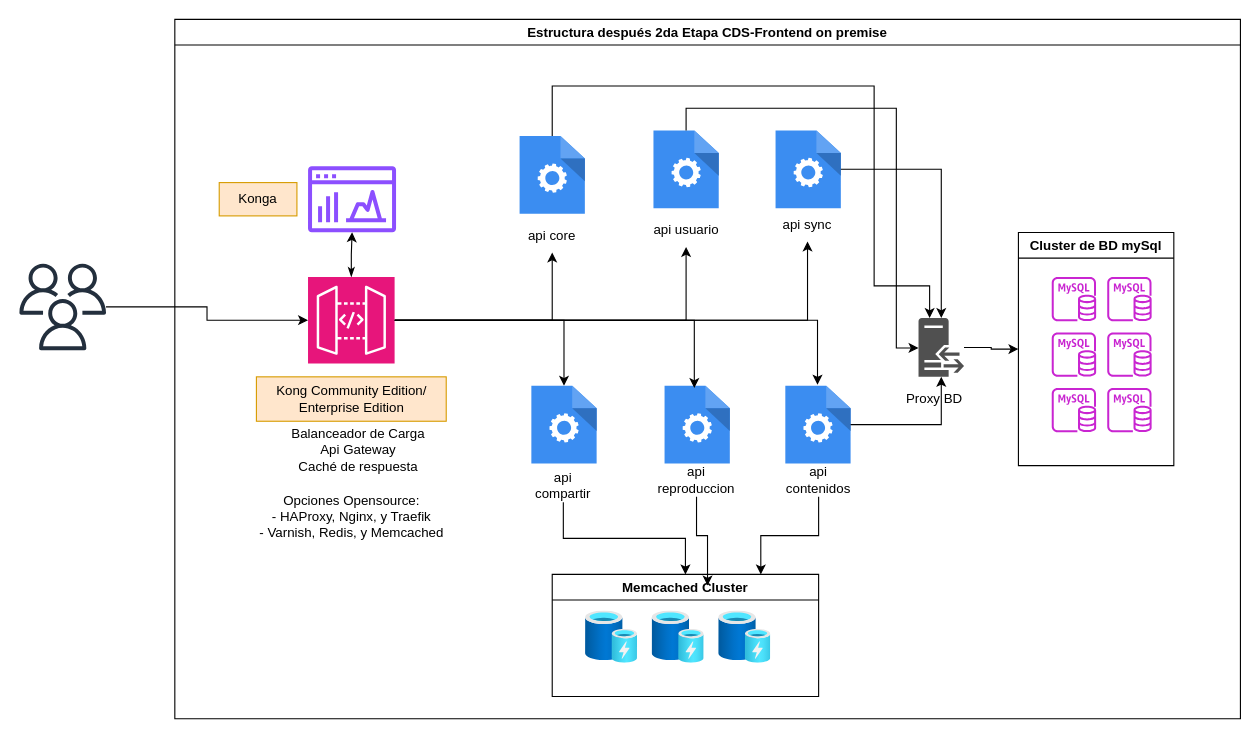
Earlier version of the draw.io diagram page "Etapa 2 - Desglose API" (4 of 8) of Diagrama sin título.drawio (cordoba-hosting/diagramas). Source tidied: cells renumbered, new cells numbered last; positions are measured from the earlier drawing's top-left corner, leaving out a move shared by most shapes. Both pictures are drawn from the tidied source at 111%, with x=0, y=0 at pixel (19, 19).
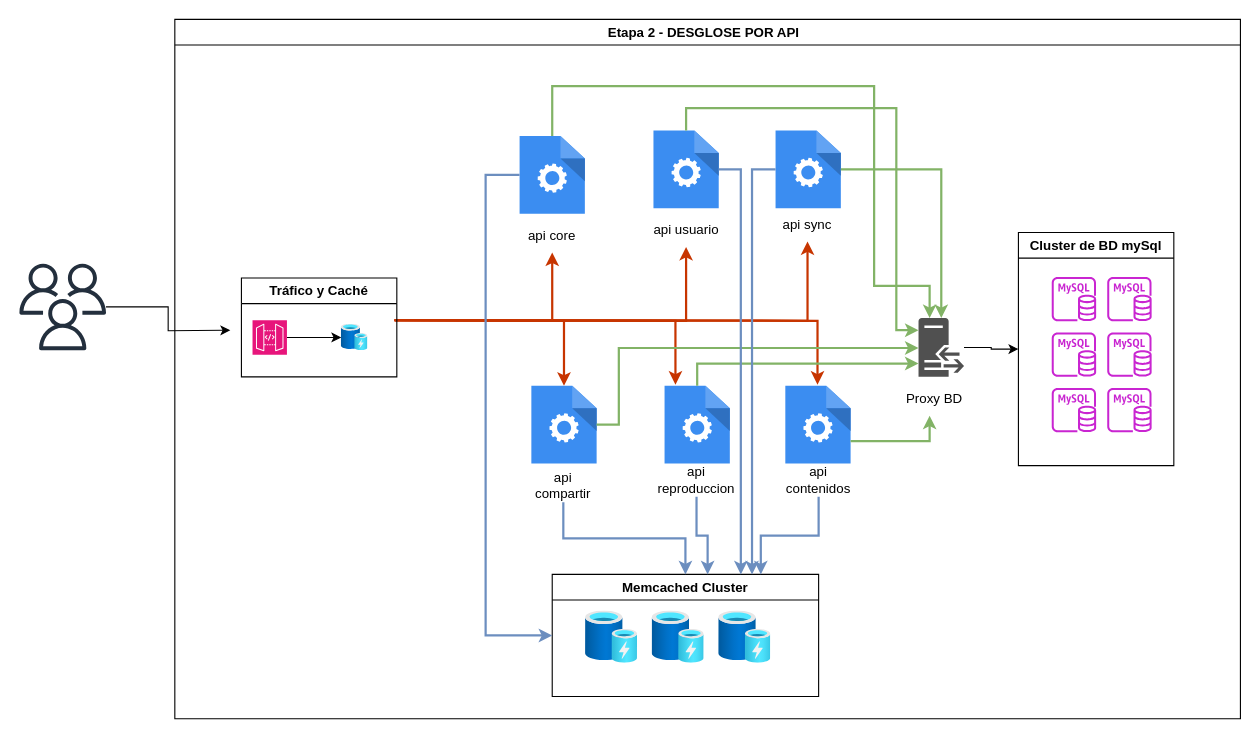
Above is the later version.

The change refers to these unchanged cells:
```xml
<mxCell id="10" value="Memcached Cluster" style="swimlane;whiteSpace=wrap;html=1;" parent="2" vertex="1">
  <mxGeometry x="340" y="500" width="240" height="110" as="geometry" />
</mxCell>
<mxCell id="15" style="sketch=0;shadow=0;dashed=0;html=1;strokeColor=none;fillColor=#505050;labelPosition=center;verticalLabelPosition=bottom;verticalAlign=top;outlineConnect=0;align=center;shape=mxgraph.office.servers.reverse_proxy;" parent="2" vertex="1">
  <mxGeometry x="670" y="269" width="41" height="53" as="geometry" />
</mxCell>
<mxCell id="16" value="Proxy BD" style="text;html=1;align=center;verticalAlign=middle;whiteSpace=wrap;rounded=0;" parent="2" vertex="1">
  <mxGeometry x="640" y="327" width="89" height="30" as="geometry" />
</mxCell>
<mxCell id="29" style="sketch=0;html=1;strokeColor=none;shadow=0;fillColor=#3B8DF1;verticalAlign=top;labelPosition=center;verticalLabelPosition=bottom;shape=mxgraph.gcp2.process;" parent="28" vertex="1">
  <mxGeometry x="1.2" width="58.8" height="70" as="geometry" />
</mxCell>
<mxCell id="30" value="api compartir" style="text;html=1;align=center;verticalAlign=middle;whiteSpace=wrap;rounded=0;" parent="28" vertex="1">
  <mxGeometry y="75" width="60" height="30" as="geometry" />
</mxCell>
<mxCell id="32" style="sketch=0;html=1;strokeColor=none;shadow=0;fillColor=#3B8DF1;verticalAlign=top;labelPosition=center;verticalLabelPosition=bottom;shape=mxgraph.gcp2.process;" parent="31" vertex="1">
  <mxGeometry x="0.6" width="58.8" height="70" as="geometry" />
</mxCell>
<mxCell id="33" value="api core" style="text;html=1;align=center;verticalAlign=middle;whiteSpace=wrap;rounded=0;" parent="31" vertex="1">
  <mxGeometry y="75" width="60" height="30" as="geometry" />
</mxCell>
<mxCell id="35" style="sketch=0;html=1;strokeColor=none;shadow=0;fillColor=#3B8DF1;verticalAlign=top;labelPosition=center;verticalLabelPosition=bottom;shape=mxgraph.gcp2.process;" parent="34" vertex="1">
  <mxGeometry x="1.2" width="58.8" height="70" as="geometry" />
</mxCell>
<mxCell id="36" value="api usuario" style="text;html=1;align=center;verticalAlign=middle;whiteSpace=wrap;rounded=0;" parent="34" vertex="1">
  <mxGeometry x="-4.4" y="75" width="70" height="30" as="geometry" />
</mxCell>
<mxCell id="38" style="sketch=0;html=1;strokeColor=none;shadow=0;fillColor=#3B8DF1;verticalAlign=top;labelPosition=center;verticalLabelPosition=bottom;shape=mxgraph.gcp2.process;" parent="37" vertex="1">
  <mxGeometry x="1.2" width="58.8" height="70" as="geometry" />
</mxCell>
<mxCell id="39" value="api sync" style="text;html=1;align=center;verticalAlign=middle;whiteSpace=wrap;rounded=0;" parent="37" vertex="1">
  <mxGeometry y="70" width="60" height="30" as="geometry" />
</mxCell>
<mxCell id="41" style="sketch=0;html=1;strokeColor=none;shadow=0;fillColor=#3B8DF1;verticalAlign=top;labelPosition=center;verticalLabelPosition=bottom;shape=mxgraph.gcp2.process;" parent="40" vertex="1">
  <mxGeometry x="1.2" width="58.8" height="70" as="geometry" />
</mxCell>
<mxCell id="42" value="api reproduccion" style="text;html=1;align=center;verticalAlign=middle;whiteSpace=wrap;rounded=0;" parent="40" vertex="1">
  <mxGeometry y="70" width="60" height="30" as="geometry" />
</mxCell>
<mxCell id="44" style="sketch=0;html=1;strokeColor=none;shadow=0;fillColor=#3B8DF1;verticalAlign=top;labelPosition=center;verticalLabelPosition=bottom;shape=mxgraph.gcp2.process;" parent="43" vertex="1">
  <mxGeometry width="58.8" height="70" as="geometry" />
</mxCell>
<mxCell id="45" value="api contenidos" style="text;html=1;align=center;verticalAlign=middle;whiteSpace=wrap;rounded=0;" parent="43" vertex="1">
  <mxGeometry y="70" width="60" height="30" as="geometry" />
</mxCell>
<mxCell id="56" style="sketch=0;outlineConnect=0;fontColor=#232F3E;gradientColor=none;fillColor=#232F3D;strokeColor=none;dashed=0;verticalLabelPosition=bottom;verticalAlign=top;align=center;html=1;fontSize=12;fontStyle=0;shape=mxgraph.aws4.users;" parent="1" vertex="1">
  <mxGeometry y="220" width="78" height="78" as="geometry" />
</mxCell>
```

The edit, as a diff of the source:
```diff
@@
-    <mxCell id="2" value="Estructura después 2da Etapa CDS-Frontend on premise" style="swimlane;whiteSpace=wrap;html=1;" parent="1" vertex="1">
+    <mxCell id="2" value="Etapa 2 - DESGLOSE POR API&amp;nbsp;&amp;nbsp;" style="swimlane;whiteSpace=wrap;html=1;" parent="1" vertex="1">
       <mxGeometry x="140" width="960" height="630" as="geometry" />
     </mxCell>
@@
-    <mxCell id="17" style="edgeStyle=orthogonalEdgeStyle;rounded=0;jettySize=auto;html=1;startArrow=classicThin;startFill=1;" parent="2" edge="1" source="22" target="25">
-      <mxGeometry relative="1" as="geometry" />
-    </mxCell>
-    <mxCell id="18" style="edgeStyle=orthogonalEdgeStyle;rounded=0;jettySize=auto;html=1;" parent="2" edge="1" source="22" target="29">
-      <mxGeometry relative="1" as="geometry" />
+    <mxCell id="18" style="edgeStyle=orthogonalEdgeStyle;rounded=0;jettySize=auto;html=1;fillColor=#fa6800;strokeColor=#C73500;strokeWidth=2;" parent="2" edge="1" target="29">
+      <mxGeometry relative="1" as="geometry">
+        <mxPoint x="198" y="271" as="sourcePoint" />
+      </mxGeometry>
     </mxCell>
-    <mxCell id="19" style="edgeStyle=orthogonalEdgeStyle;rounded=0;jettySize=auto;html=1;entryX=0.5;entryY=1;entryDx=0;entryDy=0;" parent="2" edge="1" source="22" target="33">
-      <mxGeometry relative="1" as="geometry" />
+    <mxCell id="19" style="edgeStyle=orthogonalEdgeStyle;rounded=0;jettySize=auto;html=1;entryX=0.5;entryY=1;entryDx=0;entryDy=0;fillColor=#fa6800;strokeColor=#C73500;strokeWidth=2;" parent="2" edge="1" target="33">
+      <mxGeometry relative="1" as="geometry">
+        <mxPoint x="198" y="271" as="sourcePoint" />
+      </mxGeometry>
     </mxCell>
-    <mxCell id="20" style="edgeStyle=orthogonalEdgeStyle;rounded=0;jettySize=auto;html=1;entryX=0.5;entryY=1;entryDx=0;entryDy=0;" parent="2" edge="1" source="22" target="36">
-      <mxGeometry relative="1" as="geometry" />
+    <mxCell id="20" style="edgeStyle=orthogonalEdgeStyle;rounded=0;jettySize=auto;html=1;entryX=0.5;entryY=1;entryDx=0;entryDy=0;fillColor=#fa6800;strokeColor=#C73500;strokeWidth=2;" parent="2" edge="1" target="36">
+      <mxGeometry relative="1" as="geometry">
+        <mxPoint x="198" y="271" as="sourcePoint" />
+      </mxGeometry>
     </mxCell>
-    <mxCell id="21" style="edgeStyle=orthogonalEdgeStyle;rounded=0;jettySize=auto;html=1;" parent="2" edge="1" source="22" target="39">
-      <mxGeometry relative="1" as="geometry" />
+    <mxCell id="21" style="edgeStyle=orthogonalEdgeStyle;rounded=0;jettySize=auto;html=1;fillColor=#fa6800;strokeColor=#C73500;strokeWidth=2;" parent="2" edge="1" target="39">
+      <mxGeometry relative="1" as="geometry">
+        <mxPoint x="198" y="271" as="sourcePoint" />
+      </mxGeometry>
     </mxCell>
-    <mxCell id="22" style="sketch=0;points=[[0,0,0],[0.25,0,0],[0.5,0,0],[0.75,0,0],[1,0,0],[0,1,0],[0.25,1,0],[0.5,1,0],[0.75,1,0],[1,1,0],[0,0.25,0],[0,0.5,0],[0,0.75,0],[1,0.25,0],[1,0.5,0],[1,0.75,0]];outlineConnect=0;fontColor=#232F3E;fillColor=#E7157B;strokeColor=#ffffff;dashed=0;verticalLabelPosition=bottom;verticalAlign=top;align=center;html=1;fontSize=12;fontStyle=0;shape=mxgraph.aws4.resourceIcon;resIcon=mxgraph.aws4.api_gateway;" parent="2" vertex="1">
-      <mxGeometry x="120" y="232" width="78" height="78" as="geometry" />
-    </mxCell>
-    <mxCell id="23" value="Kong Community Edition/ Enterprise Edition" style="text;html=1;align=center;verticalAlign=middle;whiteSpace=wrap;rounded=0;fillColor=#ffe6cc;strokeColor=#d79b00;" parent="2" vertex="1">
-      <mxGeometry x="73.5" y="322" width="171" height="40" as="geometry" />
-    </mxCell>
-    <mxCell id="24" value="Balanceador de Carga&lt;div&gt;Api Gateway&lt;/div&gt;&lt;div&gt;Caché de respuesta&lt;/div&gt;" style="text;html=1;align=center;verticalAlign=middle;whiteSpace=wrap;rounded=0;" parent="2" vertex="1">
-      <mxGeometry x="80" y="362" width="171" height="52" as="geometry" />
-    </mxCell>
-    <mxCell id="25" style="sketch=0;outlineConnect=0;fontColor=#232F3E;gradientColor=none;fillColor=#8C4FFF;strokeColor=none;dashed=0;verticalLabelPosition=bottom;verticalAlign=top;align=center;html=1;fontSize=12;fontStyle=0;shape=mxgraph.aws4.opensearch_dashboards;" parent="2" vertex="1">
-      <mxGeometry x="120" y="132" width="79.3" height="60" as="geometry" />
-    </mxCell>
-    <mxCell id="26" value="Konga" style="text;html=1;align=center;verticalAlign=middle;whiteSpace=wrap;rounded=0;fillColor=#ffe6cc;strokeColor=#d79b00;" parent="2" vertex="1">
-      <mxGeometry x="40" y="147" width="70" height="30" as="geometry" />
-    </mxCell>
-    <mxCell id="27" value="Opciones Opensource:&lt;br&gt;- HAProxy, Nginx, y Traefik&lt;br&gt;- Varnish, Redis, y Memcached" style="text;html=1;align=center;verticalAlign=middle;whiteSpace=wrap;rounded=0;" parent="2" vertex="1">
-      <mxGeometry x="74.2" y="422" width="171" height="52" as="geometry" />
-    </mxCell>
@@
-    <mxCell id="46" style="edgeStyle=orthogonalEdgeStyle;rounded=0;jettySize=auto;html=1;" parent="2" edge="1" source="30" target="10">
+    <mxCell id="46" style="edgeStyle=orthogonalEdgeStyle;rounded=0;jettySize=auto;html=1;fillColor=#dae8fc;strokeColor=#6c8ebf;strokeWidth=2;" parent="2" edge="1" source="30" target="10">
       <mxGeometry relative="1" as="geometry" />
     </mxCell>
-    <mxCell id="47" style="edgeStyle=orthogonalEdgeStyle;rounded=0;jettySize=auto;html=1;entryX=0.456;entryY=0.029;entryDx=0;entryDy=0;entryPerimeter=0;" parent="2" edge="1" source="22" target="41">
-      <mxGeometry relative="1" as="geometry" />
+    <mxCell id="47" style="edgeStyle=orthogonalEdgeStyle;rounded=0;jettySize=auto;html=1;entryX=0.167;entryY=-0.014;entryDx=0;entryDy=0;entryPerimeter=0;fillColor=#fa6800;strokeColor=#C73500;strokeWidth=2;" parent="2" edge="1" target="41">
+      <mxGeometry relative="1" as="geometry">
+        <mxPoint x="198" y="271" as="sourcePoint" />
+      </mxGeometry>
     </mxCell>
-    <mxCell id="48" style="edgeStyle=orthogonalEdgeStyle;rounded=0;jettySize=auto;html=1;entryX=0.493;entryY=-0.014;entryDx=0;entryDy=0;entryPerimeter=0;" parent="2" edge="1" source="22" target="44">
-      <mxGeometry relative="1" as="geometry" />
+    <mxCell id="48" style="edgeStyle=orthogonalEdgeStyle;rounded=0;jettySize=auto;html=1;entryX=0.493;entryY=-0.014;entryDx=0;entryDy=0;entryPerimeter=0;fillColor=#fa6800;strokeColor=#C73500;strokeWidth=2;" parent="2" edge="1" target="44">
+      <mxGeometry relative="1" as="geometry">
+        <mxPoint x="198" y="271" as="sourcePoint" />
+      </mxGeometry>
     </mxCell>
-    <mxCell id="49" style="edgeStyle=orthogonalEdgeStyle;rounded=0;jettySize=auto;html=1;entryX=0.583;entryY=0.091;entryDx=0;entryDy=0;entryPerimeter=0;" parent="2" edge="1" source="42" target="10">
-      <mxGeometry relative="1" as="geometry" />
+    <mxCell id="49" style="edgeStyle=orthogonalEdgeStyle;rounded=0;jettySize=auto;html=1;fillColor=#dae8fc;strokeColor=#6c8ebf;strokeWidth=2;" parent="2" edge="1" source="42">
+      <mxGeometry relative="1" as="geometry">
+        <mxPoint x="480" y="500" as="targetPoint" />
+        <Array as="points">
+          <mxPoint x="470" y="465" />
+          <mxPoint x="480" y="465" />
+        </Array>
+      </mxGeometry>
     </mxCell>
-    <mxCell id="50" style="edgeStyle=orthogonalEdgeStyle;rounded=0;jettySize=auto;html=1;entryX=0.783;entryY=0;entryDx=0;entryDy=0;entryPerimeter=0;" parent="2" edge="1" source="45" target="10">
+    <mxCell id="50" style="edgeStyle=orthogonalEdgeStyle;rounded=0;jettySize=auto;html=1;entryX=0.783;entryY=0;entryDx=0;entryDy=0;entryPerimeter=0;fillColor=#dae8fc;strokeColor=#6c8ebf;strokeWidth=2;" parent="2" edge="1" source="45" target="10">
       <mxGeometry relative="1" as="geometry" />
     </mxCell>
-    <mxCell id="51" style="edgeStyle=orthogonalEdgeStyle;rounded=0;jettySize=auto;html=1;" parent="2" edge="1" source="44" target="15">
-      <mxGeometry relative="1" as="geometry" />
+    <mxCell id="51" style="edgeStyle=orthogonalEdgeStyle;rounded=0;jettySize=auto;html=1;fillColor=#d5e8d4;strokeColor=#82b366;strokeWidth=2;" parent="2" edge="1" source="44" target="16">
+      <mxGeometry relative="1" as="geometry">
+        <Array as="points">
+          <mxPoint x="680" y="380" />
+        </Array>
+      </mxGeometry>
     </mxCell>
-    <mxCell id="52" style="edgeStyle=orthogonalEdgeStyle;rounded=0;jettySize=auto;html=1;" parent="2" edge="1" source="38" target="15">
+    <mxCell id="52" style="edgeStyle=orthogonalEdgeStyle;rounded=0;jettySize=auto;html=1;fillColor=#d5e8d4;strokeColor=#82b366;strokeWidth=2;" parent="2" edge="1" source="38" target="15">
       <mxGeometry relative="1" as="geometry" />
     </mxCell>
-    <mxCell id="53" style="edgeStyle=orthogonalEdgeStyle;rounded=0;jettySize=auto;html=1;" parent="2" edge="1" source="35" target="15">
+    <mxCell id="53" style="edgeStyle=orthogonalEdgeStyle;rounded=0;jettySize=auto;html=1;fillColor=#d5e8d4;strokeColor=#82b366;strokeWidth=2;" parent="2" edge="1" source="35" target="15">
       <mxGeometry relative="1" as="geometry">
         <Array as="points">
           <mxPoint x="461" y="80" />
           <mxPoint x="650" y="80" />
-          <mxPoint x="650" y="296" />
+          <mxPoint x="650" y="280" />
         </Array>
       </mxGeometry>
     </mxCell>
-    <mxCell id="54" style="edgeStyle=orthogonalEdgeStyle;rounded=0;jettySize=auto;html=1;" parent="2" edge="1" source="32" target="15">
+    <mxCell id="54" style="edgeStyle=orthogonalEdgeStyle;rounded=0;jettySize=auto;html=1;fillColor=#d5e8d4;strokeColor=#82b366;strokeWidth=2;" parent="2" edge="1" source="32" target="15">
       <mxGeometry relative="1" as="geometry">
         <Array as="points">
           <mxPoint x="340" y="60" />
           <mxPoint x="630" y="60" />
           <mxPoint x="630" y="240" />
           <mxPoint x="680" y="240" />
         </Array>
       </mxGeometry>
     </mxCell>
+    <mxCell id="57" style="edgeStyle=orthogonalEdgeStyle;rounded=0;jettySize=auto;html=1;fillColor=#d5e8d4;strokeColor=#82b366;strokeWidth=2;" parent="2" edge="1" source="29" target="15">
+      <mxGeometry relative="1" as="geometry">
+        <Array as="points">
+          <mxPoint x="400" y="365" />
+          <mxPoint x="400" y="296" />
+        </Array>
+      </mxGeometry>
+    </mxCell>
+    <mxCell id="58" style="edgeStyle=orthogonalEdgeStyle;rounded=0;jettySize=auto;html=1;fillColor=#d5e8d4;strokeColor=#82b366;strokeWidth=2;" parent="2" edge="1" source="41" target="15">
+      <mxGeometry relative="1" as="geometry">
+        <Array as="points">
+          <mxPoint x="471" y="310" />
+        </Array>
+      </mxGeometry>
+    </mxCell>
+    <mxCell id="59" style="edgeStyle=orthogonalEdgeStyle;rounded=0;jettySize=auto;html=1;entryX=0;entryY=0.5;entryDx=0;entryDy=0;fillColor=#dae8fc;strokeColor=#6c8ebf;strokeWidth=2;" parent="2" edge="1" source="32" target="10">
+      <mxGeometry relative="1" as="geometry">
+        <Array as="points">
+          <mxPoint x="280" y="140" />
+          <mxPoint x="280" y="555" />
+        </Array>
+      </mxGeometry>
+    </mxCell>
+    <mxCell id="60" style="edgeStyle=orthogonalEdgeStyle;rounded=0;jettySize=auto;html=1;entryX=0.708;entryY=0;entryDx=0;entryDy=0;entryPerimeter=0;fillColor=#dae8fc;strokeColor=#6c8ebf;strokeWidth=2;" parent="2" edge="1" source="35" target="10">
+      <mxGeometry relative="1" as="geometry">
+        <Array as="points">
+          <mxPoint x="510" y="135" />
+        </Array>
+      </mxGeometry>
+    </mxCell>
+    <mxCell id="61" style="edgeStyle=orthogonalEdgeStyle;rounded=0;jettySize=auto;html=1;entryX=0.75;entryY=0;entryDx=0;entryDy=0;fillColor=#dae8fc;strokeColor=#6c8ebf;strokeWidth=2;" parent="2" edge="1" source="38" target="10">
+      <mxGeometry relative="1" as="geometry">
+        <Array as="points">
+          <mxPoint x="520" y="135" />
+        </Array>
+      </mxGeometry>
+    </mxCell>
+    <mxCell id="62" value="Tráfico y Caché" style="swimlane;whiteSpace=wrap;html=1;" parent="2" vertex="1">
+      <mxGeometry x="60" y="233" width="140" height="89" as="geometry" />
+    </mxCell>
+    <mxCell id="63" style="edgeStyle=orthogonalEdgeStyle;rounded=0;jettySize=auto;html=1;" parent="62" edge="1" source="64" target="65">
+      <mxGeometry relative="1" as="geometry" />
+    </mxCell>
+    <mxCell id="64" style="sketch=0;points=[[0,0,0],[0.25,0,0],[0.5,0,0],[0.75,0,0],[1,0,0],[0,1,0],[0.25,1,0],[0.5,1,0],[0.75,1,0],[1,1,0],[0,0.25,0],[0,0.5,0],[0,0.75,0],[1,0.25,0],[1,0.5,0],[1,0.75,0]];outlineConnect=0;fontColor=#232F3E;fillColor=#E7157B;strokeColor=#ffffff;dashed=0;verticalLabelPosition=bottom;verticalAlign=top;align=center;html=1;fontSize=12;fontStyle=0;shape=mxgraph.aws4.resourceIcon;resIcon=mxgraph.aws4.api_gateway;" parent="62" vertex="1">
+      <mxGeometry x="10" y="38" width="31" height="31" as="geometry" />
+    </mxCell>
+    <mxCell id="65" style="image;html=1;points=[];align=center;fontSize=12;image=img/lib/azure2/general/Cache.svg;" parent="62" vertex="1">
+      <mxGeometry x="90" y="41.5" width="24" height="24" as="geometry" />
+    </mxCell>
-    <mxCell id="55" style="edgeStyle=orthogonalEdgeStyle;rounded=0;jettySize=auto;html=1;entryX=0;entryY=0.5;entryDx=0;entryDy=0;entryPerimeter=0;" parent="1" edge="1" source="56" target="22">
-      <mxGeometry relative="1" as="geometry" />
+    <mxCell id="55" style="edgeStyle=orthogonalEdgeStyle;rounded=0;jettySize=auto;html=1;" parent="1" edge="1" source="56">
+      <mxGeometry relative="1" as="geometry">
+        <mxPoint x="190" y="280" as="targetPoint" />
+      </mxGeometry>
     </mxCell>
```
